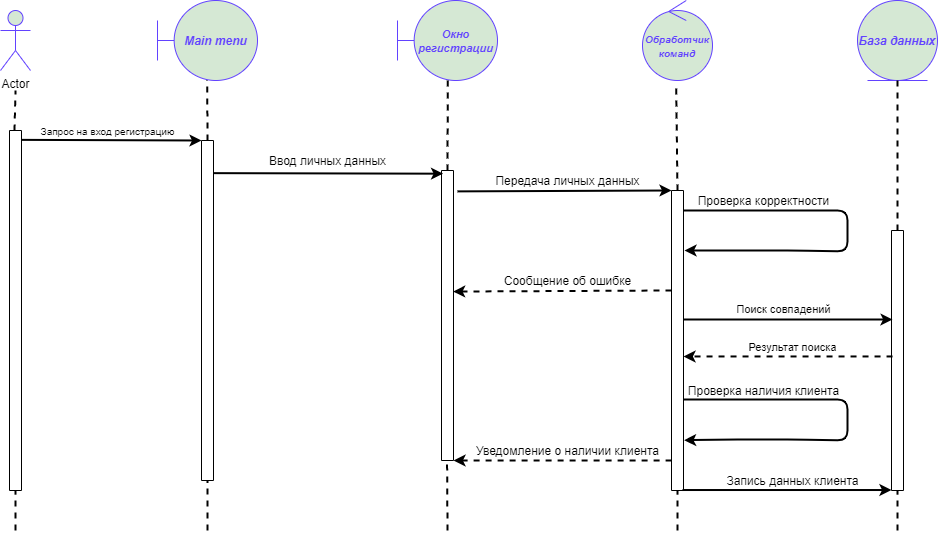
Before: Diagrams/Sequense/Зарегестрироваться (Авторизоваться).png, a diagram exported from draw.io (NightCamel/Schedule). Source tidied: cells renumbered, new cells last; positions are measured from the earlier drawing's top-left corner, leaving out a move shared by most shapes.
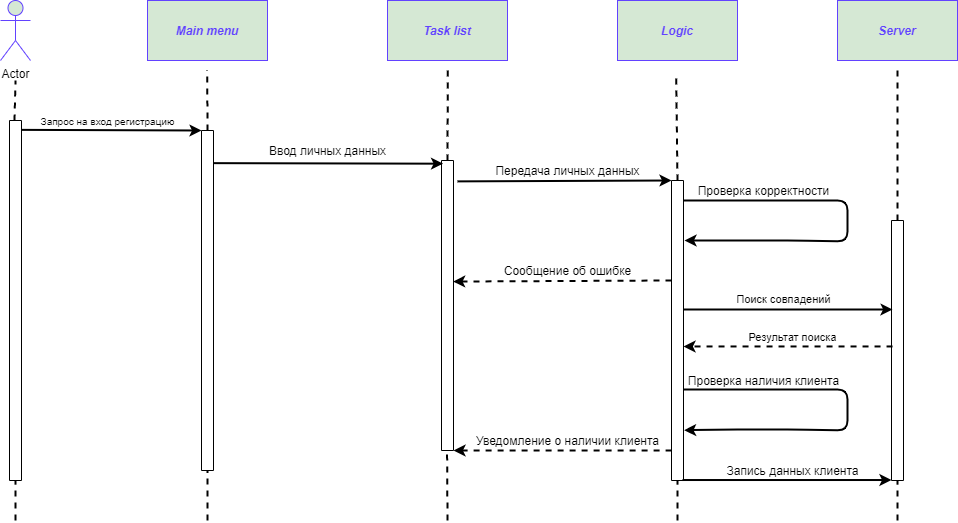
Above is the later version.

Change to the diagram source:
```diff
@@ -23,9 +23,10 @@
     <mxCell id="6" style="rounded=0;whiteSpace=wrap;html=1;direction=south;" parent="1" vertex="1">
       <mxGeometry x="201" y="140" width="12" height="340" as="geometry" />
     </mxCell>
-    <mxCell id="7" style="endArrow=none;dashed=1;html=1;strokeWidth=2;entryX=0.496;entryY=0.993;entryDx=0;entryDy=0;exitX=0;exitY=0.5;exitDx=0;exitDy=0;entryPerimeter=0;" parent="1" edge="1" target="10">
+    <mxCell id="7" style="endArrow=none;dashed=1;html=1;strokeWidth=2;entryX=0.496;entryY=0.993;entryDx=0;entryDy=0;exitX=0;exitY=0.5;exitDx=0;exitDy=0;entryPerimeter=0;" parent="1" edge="1">
       <mxGeometry relative="1" as="geometry">
         <mxPoint x="207.1" y="140" as="sourcePoint" />
+        <mxPoint x="206.6" y="79.4" as="targetPoint" />
       </mxGeometry>
     </mxCell>
     <mxCell id="8" style="endArrow=none;dashed=1;html=1;strokeWidth=2;entryX=1;entryY=0.5;entryDx=0;entryDy=0;" parent="1" edge="1" target="6">
@@ -36,18 +37,9 @@
     <mxCell id="9" value="Actor" style="shape=umlActor;verticalLabelPosition=bottom;verticalAlign=top;html=1;fillColor=#d5e8d4;strokeColor=#6242FF;" parent="1" vertex="1">
       <mxGeometry y="10" width="30" height="60" as="geometry" />
     </mxCell>
-    <mxCell id="10" value="&lt;i&gt;&lt;b&gt;&lt;font color=&quot;#6242ff&quot;&gt;Main menu&lt;/font&gt;&lt;/b&gt;&lt;/i&gt;" style="shape=umlBoundary;whiteSpace=wrap;html=1;fillColor=#d5e8d4;strokeColor=#6242FF;" parent="1" vertex="1">
-      <mxGeometry x="157" width="100" height="80" as="geometry" />
-    </mxCell>
     <mxCell id="11" value="&lt;font style=&quot;font-size: 10px&quot;&gt;Запрос на вход регистрацию&lt;/font&gt;" style="text;html=1;align=center;verticalAlign=middle;" parent="1" vertex="1">
       <mxGeometry x="32" y="120" width="150" height="20" as="geometry" />
     </mxCell>
-    <mxCell id="12" value="&lt;font color=&quot;#6242ff&quot; size=&quot;1&quot;&gt;&lt;b&gt;&lt;i style=&quot;font-size: 11px&quot;&gt;Окно регистрации&lt;/i&gt;&lt;/b&gt;&lt;/font&gt;" style="shape=umlBoundary;whiteSpace=wrap;html=1;fillColor=#d5e8d4;strokeColor=#6242FF;" parent="1" vertex="1">
-      <mxGeometry x="397" width="100" height="80" as="geometry" />
-    </mxCell>
-    <mxCell id="13" value="&lt;b&gt;&lt;i&gt;&lt;font color=&quot;#6242ff&quot;&gt;База данных&lt;/font&gt;&lt;/i&gt;&lt;/b&gt;" style="ellipse;shape=umlEntity;whiteSpace=wrap;html=1;fillColor=#d5e8d4;strokeColor=#6242FF;" parent="1" vertex="1">
-      <mxGeometry x="857" width="80" height="80" as="geometry" />
-    </mxCell>
     <mxCell id="14" style="rounded=0;whiteSpace=wrap;html=1;direction=south;" parent="1" vertex="1">
       <mxGeometry x="441" y="170" width="12" height="290" as="geometry" />
     </mxCell>
@@ -65,8 +57,10 @@
         <mxPoint x="447" y="530" as="sourcePoint" />
       </mxGeometry>
     </mxCell>
-    <mxCell id="19" style="endArrow=none;dashed=1;html=1;strokeWidth=2;entryX=0.503;entryY=0.976;entryDx=0;entryDy=0;entryPerimeter=0;exitX=0;exitY=0.5;exitDx=0;exitDy=0;" parent="1" edge="1" source="14" target="12">
-      <mxGeometry relative="1" as="geometry" />
+    <mxCell id="19" style="endArrow=none;dashed=1;html=1;strokeWidth=2;entryX=0.503;entryY=0.976;entryDx=0;entryDy=0;entryPerimeter=0;exitX=0;exitY=0.5;exitDx=0;exitDy=0;" parent="1" edge="1" source="14">
+      <mxGeometry relative="1" as="geometry">
+        <mxPoint x="447.3" y="78.1" as="targetPoint" />
+      </mxGeometry>
     </mxCell>
     <mxCell id="20" style="rounded=0;whiteSpace=wrap;html=1;direction=south;" parent="1" vertex="1">
       <mxGeometry x="891" y="230" width="12" height="260" as="geometry" />
@@ -76,11 +70,15 @@
         <mxPoint x="677" y="530" as="sourcePoint" />
       </mxGeometry>
     </mxCell>
-    <mxCell id="22" style="endArrow=none;dashed=1;html=1;strokeWidth=2;exitX=0;exitY=0.5;exitDx=0;exitDy=0;entryX=0.481;entryY=1.063;entryDx=0;entryDy=0;entryPerimeter=0;" parent="1" edge="1" source="15" target="29">
-      <mxGeometry relative="1" as="geometry" />
+    <mxCell id="22" style="endArrow=none;dashed=1;html=1;strokeWidth=2;exitX=0;exitY=0.5;exitDx=0;exitDy=0;entryX=0.481;entryY=1.063;entryDx=0;entryDy=0;entryPerimeter=0;" parent="1" edge="1" source="15">
+      <mxGeometry relative="1" as="geometry">
+        <mxPoint x="675.7" y="85" as="targetPoint" />
+      </mxGeometry>
     </mxCell>
-    <mxCell id="23" style="endArrow=none;dashed=1;html=1;strokeWidth=2;exitX=0;exitY=0.5;exitDx=0;exitDy=0;entryX=0.5;entryY=1;entryDx=0;entryDy=0;" parent="1" edge="1" source="20" target="13">
-      <mxGeometry relative="1" as="geometry" />
+    <mxCell id="23" style="endArrow=none;dashed=1;html=1;strokeWidth=2;exitX=0;exitY=0.5;exitDx=0;exitDy=0;entryX=0.5;entryY=1;entryDx=0;entryDy=0;" parent="1" edge="1" source="20">
+      <mxGeometry relative="1" as="geometry">
+        <mxPoint x="897" y="80" as="targetPoint" />
+      </mxGeometry>
     </mxCell>
     <mxCell id="24" style="endArrow=none;dashed=1;html=1;strokeWidth=2;entryX=1;entryY=0.5;entryDx=0;entryDy=0;" parent="1" edge="1" target="20">
       <mxGeometry relative="1" as="geometry">
@@ -102,9 +100,6 @@
     <mxCell id="28" value="Уведомление о наличии клиента" style="text;html=1;align=center;verticalAlign=middle;" parent="1" vertex="1">
       <mxGeometry x="467" y="440" width="200" height="20" as="geometry" />
     </mxCell>
-    <mxCell id="29" value="&lt;b&gt;&lt;i&gt;&lt;font color=&quot;#6242ff&quot; style=&quot;font-size: 10px&quot;&gt;Обработчик команд&lt;/font&gt;&lt;/i&gt;&lt;/b&gt;" style="ellipse;shape=umlControl;whiteSpace=wrap;html=1;fillColor=#d5e8d4;strokeColor=#6242FF;" parent="1" vertex="1">
-      <mxGeometry x="642" width="70" height="80" as="geometry" />
-    </mxCell>
     <mxCell id="30" style="endArrow=classic;html=1;strokeWidth=2;entryX=0;entryY=1;entryDx=0;entryDy=0;exitX=0.072;exitY=-0.333;exitDx=0;exitDy=0;exitPerimeter=0;" parent="1" edge="1" source="14" target="15">
       <mxGeometry relative="1" as="geometry" />
     </mxCell>
@@ -172,5 +167,17 @@
     <mxCell id="41" value="Запись данных клиента" style="text;html=1;align=center;verticalAlign=middle;" parent="1" vertex="1">
       <mxGeometry x="717" y="470" width="150" height="20" as="geometry" />
     </mxCell>
+    <mxCell id="10" value="&lt;font color=&quot;#6242ff&quot;&gt;&lt;b&gt;&lt;i&gt;Main menu&lt;/i&gt;&lt;/b&gt;&lt;/font&gt;" style="rounded=0;whiteSpace=wrap;html=1;fillColor=#d5e8d4;strokeColor=#6242FF;" parent="1" vertex="1">
+      <mxGeometry x="147" y="10" width="120" height="60" as="geometry" />
+    </mxCell>
+    <mxCell id="42" value="&lt;font color=&quot;#6242ff&quot;&gt;&lt;b&gt;&lt;i&gt;Task list&lt;/i&gt;&lt;/b&gt;&lt;/font&gt;" style="rounded=0;whiteSpace=wrap;html=1;fillColor=#d5e8d4;strokeColor=#6242FF;" parent="1" vertex="1">
+      <mxGeometry x="387" y="10" width="120" height="60" as="geometry" />
+    </mxCell>
+    <mxCell id="43" value="&lt;font color=&quot;#6242ff&quot;&gt;&lt;b&gt;&lt;i&gt;Logic&lt;/i&gt;&lt;/b&gt;&lt;/font&gt;" style="rounded=0;whiteSpace=wrap;html=1;fillColor=#d5e8d4;strokeColor=#6242FF;" parent="1" vertex="1">
+      <mxGeometry x="617" y="10" width="120" height="60" as="geometry" />
+    </mxCell>
+    <mxCell id="44" value="&lt;font color=&quot;#6242ff&quot;&gt;&lt;b&gt;&lt;i&gt;Server&lt;/i&gt;&lt;/b&gt;&lt;/font&gt;" style="rounded=0;whiteSpace=wrap;html=1;fillColor=#d5e8d4;strokeColor=#6242FF;" parent="1" vertex="1">
+      <mxGeometry x="837" y="10" width="120" height="60" as="geometry" />
+    </mxCell>
   </root>
 </mxGraphModel>
```
